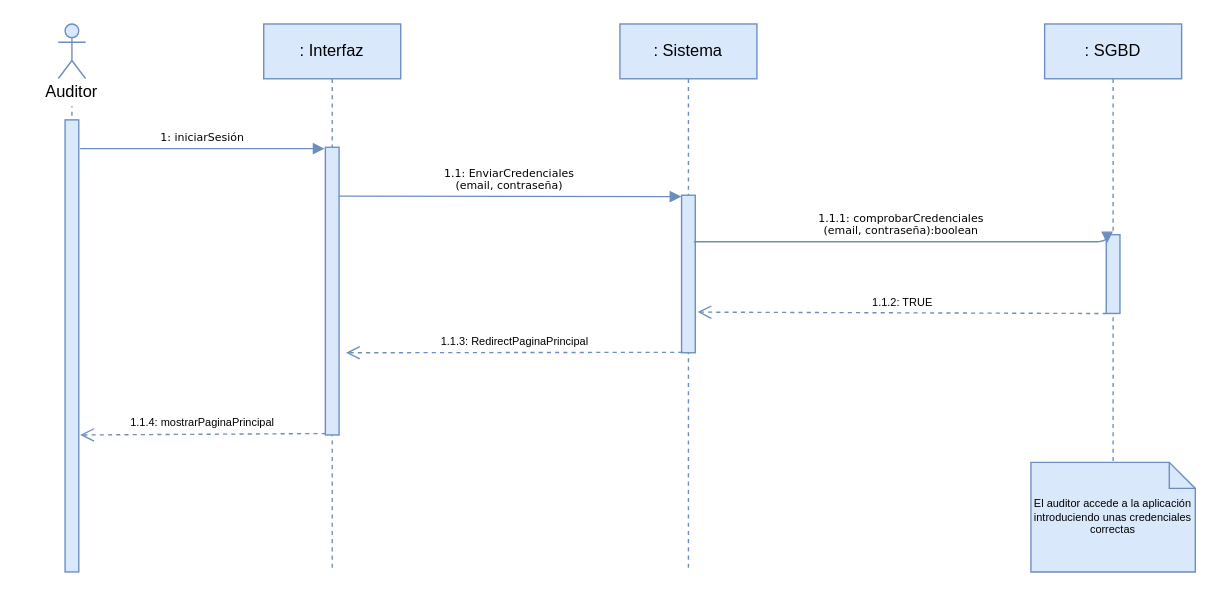
Before: page "Inicio de sesión" (2 of 6) of sequenceDiagram.drawio in Carrivax/diagrams, a draw.io diagram. Source tidied: cells renumbered, new cells numbered last; positions are measured from the earlier drawing's top-left corner, leaving out a move shared by most shapes. Both pictures are drawn from the tidied source at 137%, with x=0, y=0 at pixel (23, 23).
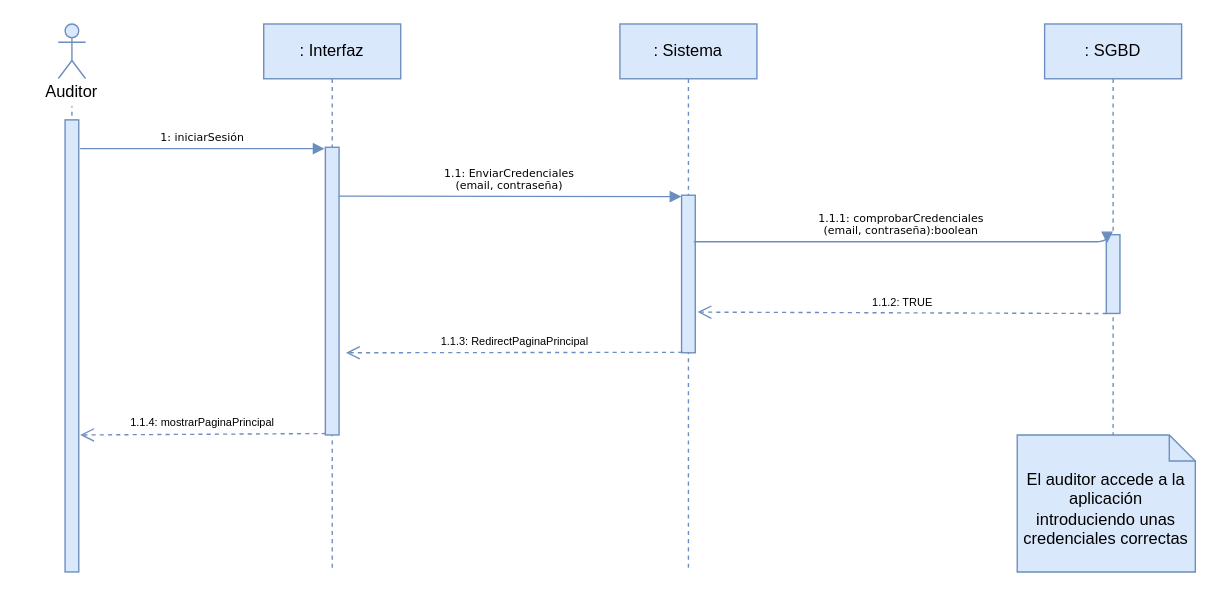
The same diagram, later.

What changed in the source:
```diff
@@
-    <mxCell id="18" value="El auditor accede a la aplicación introduciendo unas credenciales correctas" style="shape=note2;boundedLbl=1;whiteSpace=wrap;html=1;size=19;verticalAlign=top;align=center;fontSize=8;fillColor=#dae8fc;strokeColor=#6c8ebf;" parent="1" vertex="1">
-      <mxGeometry x="735" y="320" width="120" height="80" as="geometry" />
+    <mxCell id="18" value="&lt;font style=&quot;font-size: 12px&quot;&gt;El auditor accede a la aplicación introduciendo unas credenciales correctas&lt;/font&gt;" style="shape=note2;boundedLbl=1;whiteSpace=wrap;html=1;size=19;verticalAlign=top;align=center;fontSize=8;fillColor=#dae8fc;strokeColor=#6c8ebf;" parent="1" vertex="1">
+      <mxGeometry x="725" y="300" width="130" height="100" as="geometry" />
     </mxCell>
```
